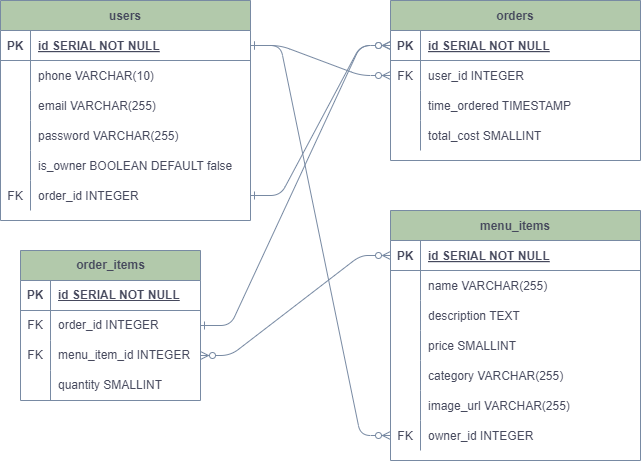
Above: planning/ERD.png in Jdob11/lazerPhoenix (draw.io), before the change. Source tidied: cells renumbered, new cells last; positions are measured from the earlier drawing's top-left corner, leaving out a move shared by most shapes.
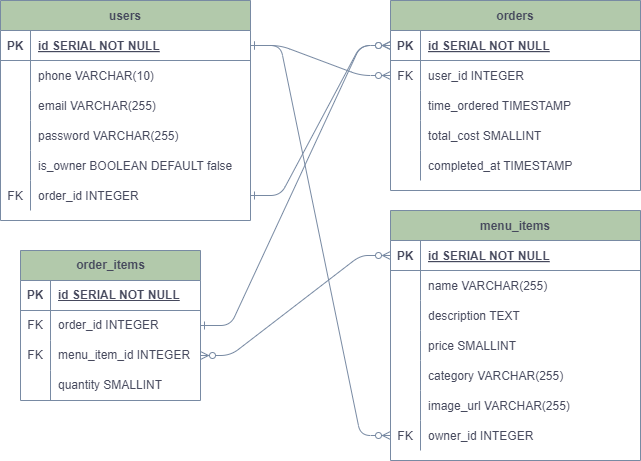
Above is the later version.

Diff of the diagram source:
```diff
@@ -6,7 +6,7 @@
       <mxGeometry relative="1" as="geometry" />
     </mxCell>
     <mxCell id="3" value="orders" style="shape=table;startSize=30;rowLines=0;fontStyle=1;align=center;labelBackgroundColor=none;fillColor=#B2C9AB;strokeColor=#788AA3;fontColor=#46495D;" parent="1" vertex="1">
-      <mxGeometry x="390" width="250" height="160" as="geometry" />
+      <mxGeometry x="390" width="250" height="190" as="geometry" />
     </mxCell>
     <mxCell id="4" style="shape=partialRectangle;fillColor=none;points=[[0,0.5],[1,0.5]];portConstraint=eastwest;top=0;left=0;right=0;bottom=1;labelBackgroundColor=none;strokeColor=#788AA3;fontColor=#46495D;" parent="3" vertex="1">
       <mxGeometry y="30" width="250" height="30" as="geometry" />
@@ -44,6 +44,15 @@
     <mxCell id="15" value="total_cost SMALLINT" style="shape=partialRectangle;overflow=hidden;fillColor=none;top=0;left=0;bottom=0;right=0;align=left;spacingLeft=6;labelBackgroundColor=none;strokeColor=#788AA3;fontColor=#46495D;" parent="13" vertex="1">
       <mxGeometry x="30" width="220" height="30" as="geometry" />
     </mxCell>
+    <mxCell id="74" style="shape=partialRectangle;fillColor=none;top=0;left=0;right=0;bottom=0;labelBackgroundColor=none;strokeColor=#788AA3;fontColor=#46495D;" parent="3" vertex="1">
+      <mxGeometry y="150" width="250" height="30" as="geometry" />
+    </mxCell>
+    <mxCell id="75" style="shape=partialRectangle;overflow=hidden;fillColor=none;top=0;left=0;bottom=0;right=0;labelBackgroundColor=none;strokeColor=#788AA3;fontColor=#46495D;" parent="74" vertex="1">
+      <mxGeometry width="30" height="30" as="geometry" />
+    </mxCell>
+    <mxCell id="76" value="completed_at TIMESTAMP" style="shape=partialRectangle;overflow=hidden;fillColor=none;top=0;left=0;bottom=0;right=0;align=left;spacingLeft=6;labelBackgroundColor=none;strokeColor=#788AA3;fontColor=#46495D;" parent="74" vertex="1">
+      <mxGeometry x="30" width="220" height="30" as="geometry" />
+    </mxCell>
     <mxCell id="16" value="menu_items" style="shape=table;startSize=30;rowLines=0;fontStyle=1;align=center;labelBackgroundColor=none;fillColor=#B2C9AB;strokeColor=#788AA3;fontColor=#46495D;" parent="1" vertex="1">
       <mxGeometry x="390" y="210" width="250" height="250" as="geometry" />
     </mxCell>
```
